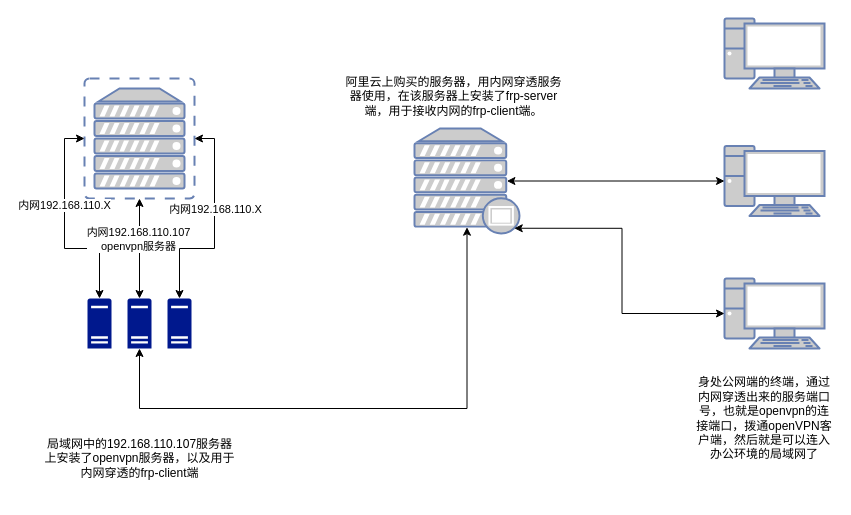
Above: openvpn.drawio in muniao/autossh (draw.io), before the change. Source tidied: cells renumbered, new cells numbered last; positions are measured from the earlier drawing's top-left corner, leaving out a move shared by most shapes. Both pictures are drawn from the tidied source at 100%, with x=0, y=0 at pixel (42, 18).
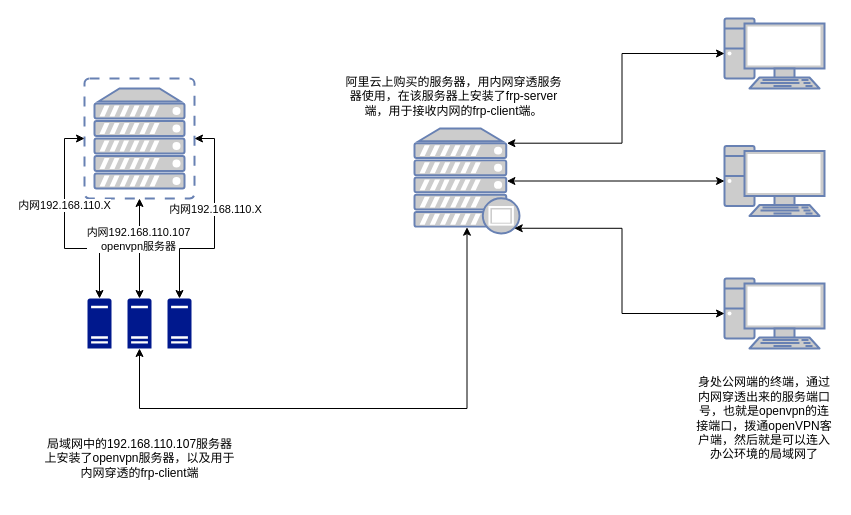
The same page after the edit.

Unchanged cells that the change refers to:
```xml
<mxCell id="2" style="fontColor=#0066CC;verticalAlign=top;verticalLabelPosition=bottom;labelPosition=center;align=center;html=1;outlineConnect=0;fillColor=#CCCCCC;strokeColor=#6881B3;gradientColor=none;gradientDirection=north;strokeWidth=2;shape=mxgraph.networks.proxy_server;" parent="1" vertex="1">
  <mxGeometry x="372" y="110" width="105" height="105" as="geometry" />
</mxCell>
<mxCell id="4" style="fontColor=#0066CC;verticalAlign=top;verticalLabelPosition=bottom;labelPosition=center;align=center;html=1;outlineConnect=0;fillColor=#CCCCCC;strokeColor=#6881B3;gradientColor=none;gradientDirection=north;strokeWidth=2;shape=mxgraph.networks.pc;" parent="1" vertex="1">
  <mxGeometry x="682" width="100" height="70" as="geometry" />
</mxCell>
```

Change to the diagram source:
```diff
@@
-    <mxCell id="17" style="edgeStyle=orthogonalEdgeStyle;rounded=0;jettySize=auto;html=1;exitX=0.88;exitY=0.14;exitDx=0;exitDy=0;exitPerimeter=0;entryX=0;entryY=0.5;entryDx=0;entryDy=0;entryPerimeter=0;strokeColor=none;startArrow=classic;startFill=1;" parent="1" edge="1" source="2" target="4">
+    <mxCell id="17" style="edgeStyle=orthogonalEdgeStyle;rounded=0;jettySize=auto;html=1;exitX=0.88;exitY=0.14;exitDx=0;exitDy=0;exitPerimeter=0;entryX=0;entryY=0.5;entryDx=0;entryDy=0;entryPerimeter=0;startArrow=classic;startFill=1;" parent="1" edge="1" source="2" target="4">
       <mxGeometry relative="1" as="geometry" />
     </mxCell>
```
